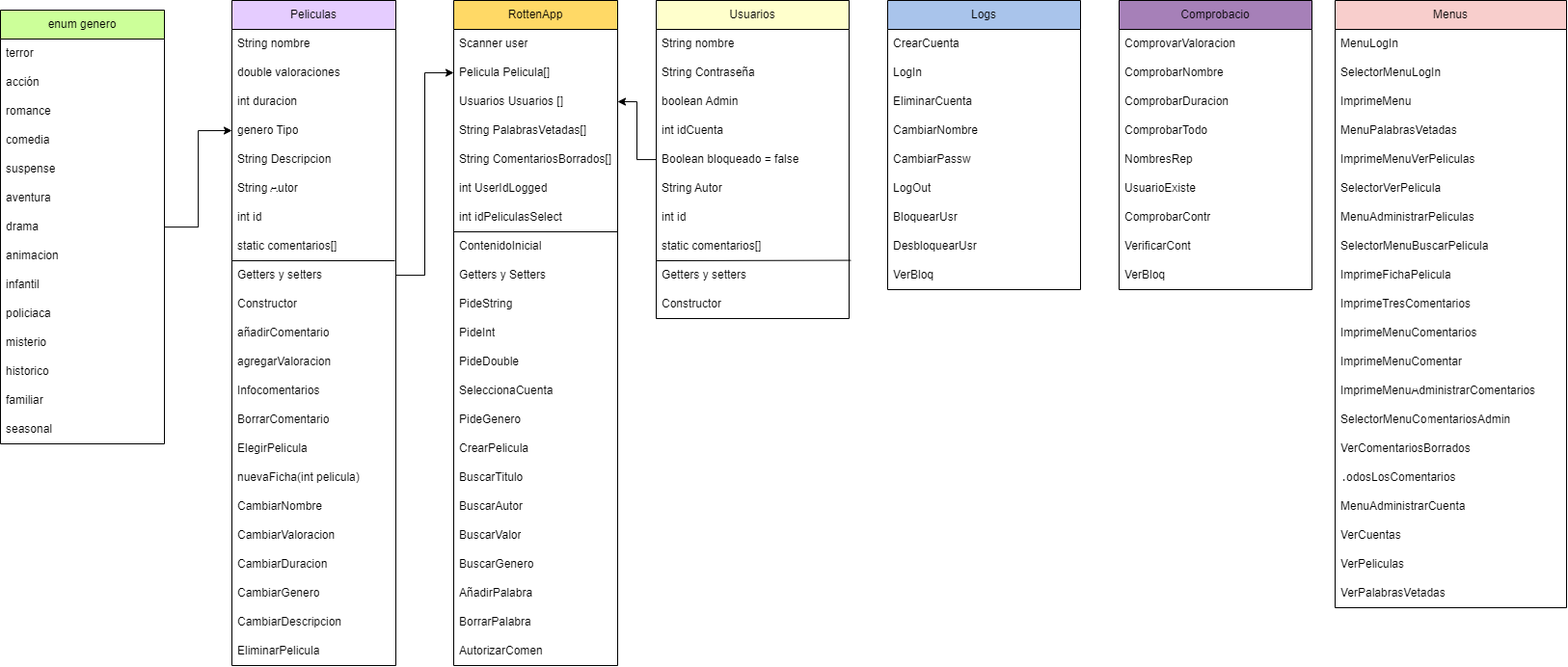
Earlier version of the draw.io export DiagramaClases.png (Varixx0/RottenPotato). Source tidied: cells renumbered, new cells last; positions are measured from the earlier drawing's top-left corner, leaving out a move shared by most shapes.
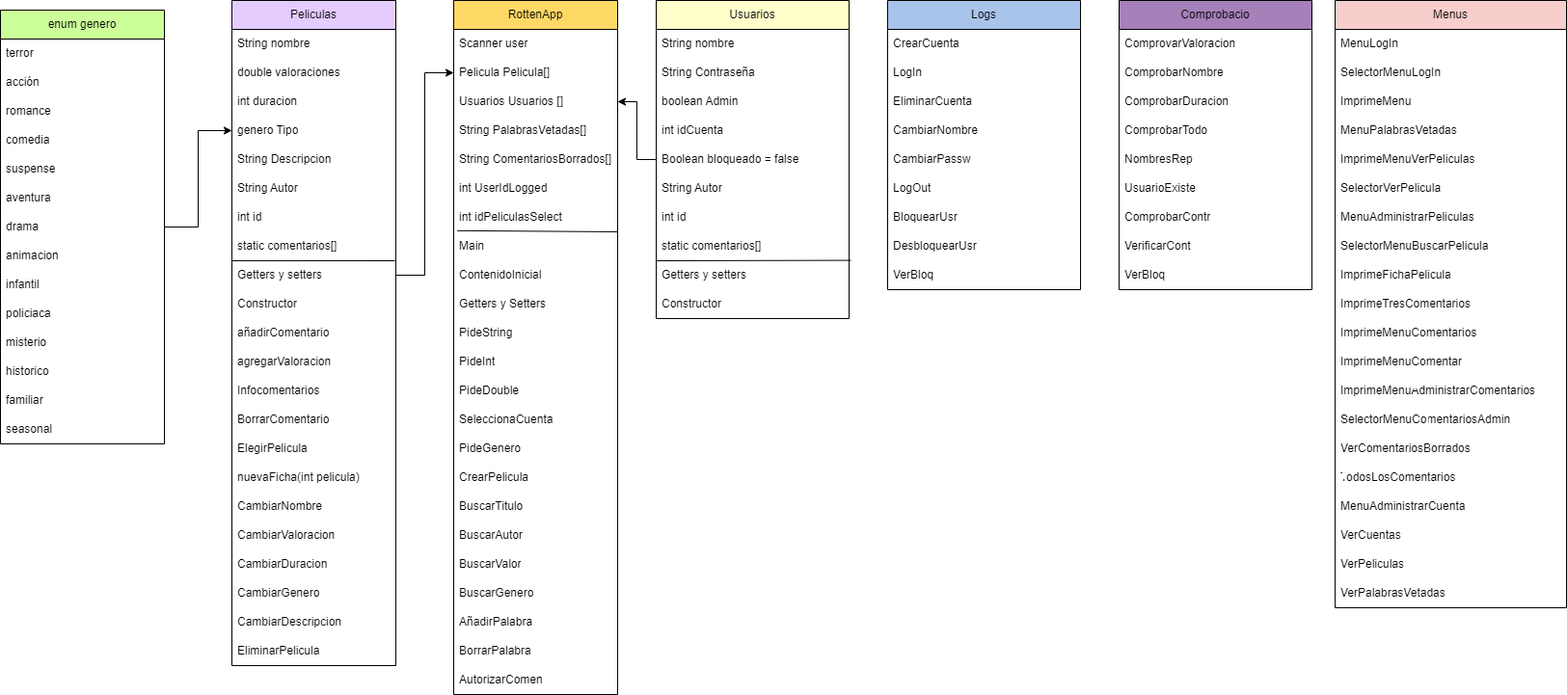
The same file after the commit.

Commit message:
diagrama bueno

Diff of the diagram source:
```diff
@@ -284,7 +284,7 @@
       <mxGeometry y="270" width="200" height="30" as="geometry" />
     </mxCell>
     <mxCell id="95" value="RottenApp" style="swimlane;fontStyle=0;horizontal=1;startSize=30;whiteSpace=wrap;html=1;fillColor=#FFD966;" parent="1" vertex="1">
-      <mxGeometry x="470" width="170" height="690" as="geometry" />
+      <mxGeometry x="470" width="170" height="720" as="geometry" />
     </mxCell>
     <mxCell id="96" value="Scanner user" style="text;strokeColor=none;fillColor=none;align=left;verticalAlign=middle;spacingLeft=4;spacingRight=4;overflow=hidden;whiteSpace=wrap;html=1;" parent="95" vertex="1">
       <mxGeometry y="30" width="170" height="30" as="geometry" />
@@ -307,55 +307,58 @@
     <mxCell id="102" value="int idPeliculasSelect" style="text;strokeColor=none;fillColor=none;align=left;verticalAlign=middle;spacingLeft=4;spacingRight=4;overflow=hidden;whiteSpace=wrap;html=1;" parent="95" vertex="1">
       <mxGeometry y="210" width="170" height="30" as="geometry" />
     </mxCell>
+    <mxCell id="121" value="Main" style="text;strokeColor=none;fillColor=none;align=left;verticalAlign=middle;spacingLeft=4;spacingRight=4;overflow=hidden;points=[[0,0.5],[1,0.5]];portConstraint=eastwest;whiteSpace=wrap;html=1;" parent="95" vertex="1">
+      <mxGeometry y="240" width="170" height="30" as="geometry" />
+    </mxCell>
     <mxCell id="103" value="ContenidoInicial" style="text;strokeColor=none;fillColor=none;align=left;verticalAlign=middle;spacingLeft=4;spacingRight=4;overflow=hidden;points=[[0,0.5],[1,0.5]];portConstraint=eastwest;whiteSpace=wrap;html=1;" parent="95" vertex="1">
-      <mxGeometry y="240" width="170" height="30" as="geometry" />
+      <mxGeometry y="270" width="170" height="30" as="geometry" />
     </mxCell>
-    <mxCell id="104" style="endArrow=none;html=1;rounded=0;exitX=-0.001;exitY=0.001;exitDx=0;exitDy=0;exitPerimeter=0;" parent="95" edge="1" source="103">
+    <mxCell id="104" style="endArrow=none;html=1;rounded=0;exitX=0.021;exitY=-0.04;exitDx=0;exitDy=0;exitPerimeter=0;" parent="95" edge="1" source="121">
       <mxGeometry relative="1" as="geometry">
         <mxPoint x="170" y="240" as="targetPoint" />
       </mxGeometry>
     </mxCell>
     <mxCell id="105" value="Getters y Setters" style="text;strokeColor=none;fillColor=none;align=left;verticalAlign=middle;spacingLeft=4;spacingRight=4;overflow=hidden;whiteSpace=wrap;html=1;" parent="95" vertex="1">
-      <mxGeometry y="270" width="170" height="30" as="geometry" />
+      <mxGeometry y="300" width="170" height="30" as="geometry" />
     </mxCell>
     <mxCell id="106" value="PideString" style="text;strokeColor=none;fillColor=none;align=left;verticalAlign=middle;spacingLeft=4;spacingRight=4;overflow=hidden;whiteSpace=wrap;html=1;" parent="95" vertex="1">
-      <mxGeometry y="300" width="170" height="30" as="geometry" />
+      <mxGeometry y="330" width="170" height="30" as="geometry" />
     </mxCell>
     <mxCell id="107" value="PideInt" style="text;strokeColor=none;fillColor=none;align=left;verticalAlign=middle;spacingLeft=4;spacingRight=4;overflow=hidden;whiteSpace=wrap;html=1;" parent="95" vertex="1">
-      <mxGeometry y="330" width="170" height="30" as="geometry" />
+      <mxGeometry y="360" width="170" height="30" as="geometry" />
     </mxCell>
     <mxCell id="108" value="PideDouble" style="text;strokeColor=none;fillColor=none;align=left;verticalAlign=middle;spacingLeft=4;spacingRight=4;overflow=hidden;whiteSpace=wrap;html=1;" parent="95" vertex="1">
-      <mxGeometry y="360" width="170" height="30" as="geometry" />
+      <mxGeometry y="390" width="170" height="30" as="geometry" />
     </mxCell>
     <mxCell id="109" value="SeleccionaCuenta" style="text;strokeColor=none;fillColor=none;align=left;verticalAlign=middle;spacingLeft=4;spacingRight=4;overflow=hidden;whiteSpace=wrap;html=1;" parent="95" vertex="1">
-      <mxGeometry y="390" width="170" height="30" as="geometry" />
+      <mxGeometry y="420" width="170" height="30" as="geometry" />
     </mxCell>
     <mxCell id="110" value="PideGenero" style="text;strokeColor=none;fillColor=none;align=left;verticalAlign=middle;spacingLeft=4;spacingRight=4;overflow=hidden;whiteSpace=wrap;html=1;" parent="95" vertex="1">
-      <mxGeometry y="420" width="170" height="30" as="geometry" />
+      <mxGeometry y="450" width="170" height="30" as="geometry" />
     </mxCell>
     <mxCell id="111" value="CrearPelicula" style="text;strokeColor=none;fillColor=none;align=left;verticalAlign=middle;spacingLeft=4;spacingRight=4;overflow=hidden;whiteSpace=wrap;html=1;" parent="95" vertex="1">
-      <mxGeometry y="450" width="170" height="30" as="geometry" />
+      <mxGeometry y="480" width="170" height="30" as="geometry" />
     </mxCell>
     <mxCell id="112" value="BuscarTitulo" style="text;strokeColor=none;fillColor=none;align=left;verticalAlign=middle;spacingLeft=4;spacingRight=4;overflow=hidden;whiteSpace=wrap;html=1;" parent="95" vertex="1">
-      <mxGeometry y="480" width="170" height="30" as="geometry" />
+      <mxGeometry y="510" width="170" height="30" as="geometry" />
     </mxCell>
     <mxCell id="113" value="BuscarAutor" style="text;strokeColor=none;fillColor=none;align=left;verticalAlign=middle;spacingLeft=4;spacingRight=4;overflow=hidden;whiteSpace=wrap;html=1;" parent="95" vertex="1">
-      <mxGeometry y="510" width="170" height="30" as="geometry" />
+      <mxGeometry y="540" width="170" height="30" as="geometry" />
     </mxCell>
     <mxCell id="114" value="BuscarValor" style="text;strokeColor=none;fillColor=none;align=left;verticalAlign=middle;spacingLeft=4;spacingRight=4;overflow=hidden;whiteSpace=wrap;html=1;" parent="95" vertex="1">
-      <mxGeometry y="540" width="170" height="30" as="geometry" />
+      <mxGeometry y="570" width="170" height="30" as="geometry" />
     </mxCell>
     <mxCell id="115" value="BuscarGenero" style="text;strokeColor=none;fillColor=none;align=left;verticalAlign=middle;spacingLeft=4;spacingRight=4;overflow=hidden;whiteSpace=wrap;html=1;" parent="95" vertex="1">
-      <mxGeometry y="570" width="170" height="30" as="geometry" />
+      <mxGeometry y="600" width="170" height="30" as="geometry" />
     </mxCell>
     <mxCell id="116" value="AñadirPalabra" style="text;strokeColor=none;fillColor=none;align=left;verticalAlign=middle;spacingLeft=4;spacingRight=4;overflow=hidden;whiteSpace=wrap;html=1;" parent="95" vertex="1">
-      <mxGeometry y="600" width="170" height="30" as="geometry" />
+      <mxGeometry y="630" width="170" height="30" as="geometry" />
     </mxCell>
     <mxCell id="117" value="BorrarPalabra" style="text;strokeColor=none;fillColor=none;align=left;verticalAlign=middle;spacingLeft=4;spacingRight=4;overflow=hidden;whiteSpace=wrap;html=1;" parent="95" vertex="1">
-      <mxGeometry y="630" width="170" height="30" as="geometry" />
+      <mxGeometry y="660" width="170" height="30" as="geometry" />
     </mxCell>
     <mxCell id="118" value="AutorizarComen" style="text;strokeColor=none;fillColor=none;align=left;verticalAlign=middle;spacingLeft=4;spacingRight=4;overflow=hidden;whiteSpace=wrap;html=1;" parent="95" vertex="1">
-      <mxGeometry y="660" width="170" height="30" as="geometry" />
+      <mxGeometry y="690" width="170" height="30" as="geometry" />
     </mxCell>
     <mxCell id="119" style="edgeStyle=orthogonalEdgeStyle;rounded=0;jettySize=auto;html=1;entryX=0;entryY=0.5;entryDx=0;entryDy=0;" parent="1" edge="1" source="11" target="97">
       <mxGeometry relative="1" as="geometry" />
```
